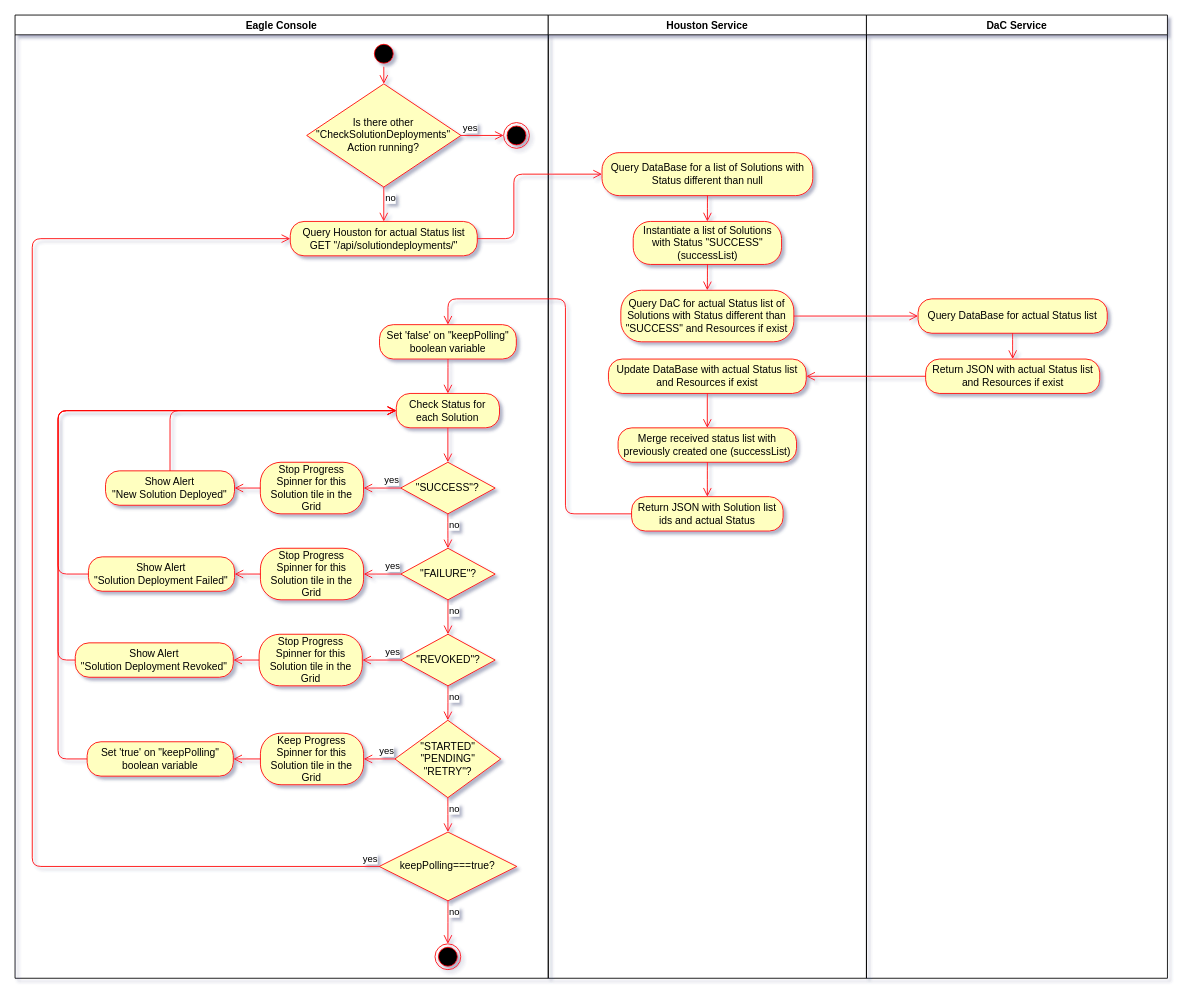
The draw.io diagram page "Check Deployments" (3 of 3) of docs/solution_deployment.drawio in tranquilitybase-io/tb-houston-service, before the edit. Source tidied: cells renumbered, new cells numbered last; positions are measured from the earlier drawing's top-left corner, leaving out a move shared by most shapes. Both pictures are drawn from the tidied source at 86%, with x=0, y=0 at pixel (15, 15).
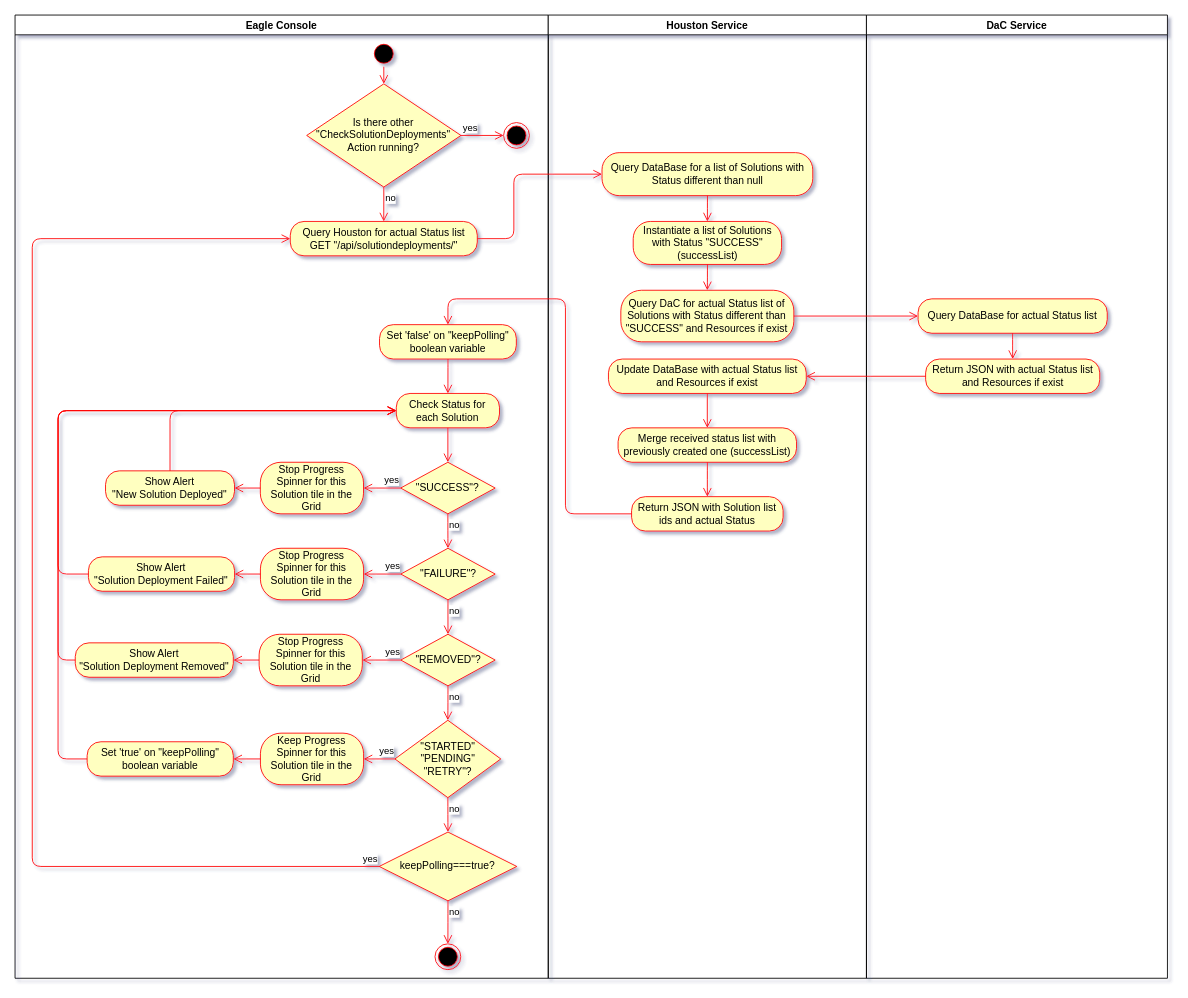
Above is the later version.

The change refers to these unchanged cells:
```xml
<mxCell id="2" value="Eagle Console" style="swimlane;gradientColor=none;startSize=23;" parent="1" vertex="1">
  <mxGeometry width="620" height="1120" as="geometry" />
</mxCell>
```

Change to the diagram source:
```diff
@@
-    <mxCell id="35" value="&quot;REVOKED&quot;?" style="rhombus;whiteSpace=wrap;html=1;fillColor=#ffffc0;strokeColor=#ff0000;fontColor=none;" parent="2" vertex="1">
+    <mxCell id="35" value="&quot;REMOVED&quot;?" style="rhombus;whiteSpace=wrap;html=1;fillColor=#ffffc0;strokeColor=#ff0000;fontColor=none;" parent="2" vertex="1">
       <mxGeometry x="448.5" y="720" width="109.8" height="60" as="geometry" />
     </mxCell>
@@
-    <mxCell id="40" value="Show Alert&lt;br&gt;&quot;Solution Deployment Revoked&quot;" style="rounded=1;whiteSpace=wrap;html=1;arcSize=40;fontColor=#000000;fillColor=#ffffc0;strokeColor=#ff0000;" parent="2" vertex="1">
+    <mxCell id="40" value="Show Alert&lt;br&gt;&quot;Solution Deployment Removed&quot;" style="rounded=1;whiteSpace=wrap;html=1;arcSize=40;fontColor=#000000;fillColor=#ffffc0;strokeColor=#ff0000;" parent="2" vertex="1">
       <mxGeometry x="70" y="730" width="183.8" height="40" as="geometry" />
     </mxCell>
```
